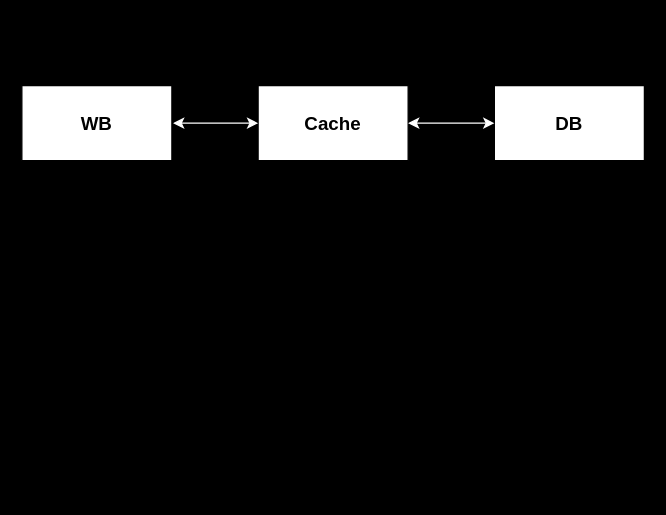
Earlier version of the draw.io diagram temp.drawio (easy-chu/Pebble). Source tidied: cells renumbered, new cells numbered last; positions are measured from the earlier drawing's top-left corner, leaving out a move shared by most shapes. Both pictures are drawn from the tidied source at 125%, with x=0, y=0 at pixel (21, 85).
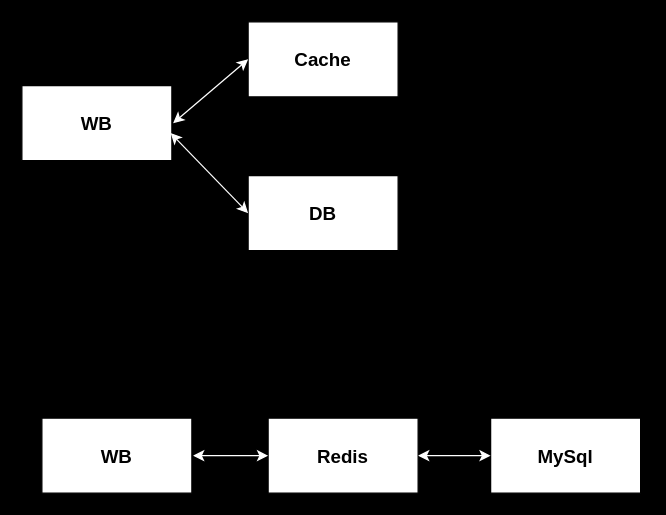
The same page after the edit.

What changed in the source:
```diff
@@
 <mxGraphModel background="#000000">
   <root>
     <mxCell id="0" />
     <mxCell id="1" parent="0" />
     <mxCell id="2" value="WB" style="whiteSpace=wrap;html=1;fontSize=15;fontStyle=1;" parent="1" vertex="1">
       <mxGeometry width="120" height="60" as="geometry" />
     </mxCell>
     <mxCell id="3" value="Cache" style="whiteSpace=wrap;html=1;fontSize=15;fontStyle=1;" parent="1" vertex="1">
-      <mxGeometry x="189" width="120" height="60" as="geometry" />
+      <mxGeometry x="181" y="-51" width="120" height="60" as="geometry" />
     </mxCell>
     <mxCell id="4" value="DB" style="whiteSpace=wrap;html=1;fontSize=15;fontStyle=1;" parent="1" vertex="1">
-      <mxGeometry x="378" width="120" height="60" as="geometry" />
+      <mxGeometry x="181" y="72" width="120" height="60" as="geometry" />
     </mxCell>
     <mxCell id="5" style="endArrow=classic;startArrow=classic;html=1;fontSize=15;entryX=0;entryY=0.5;entryDx=0;entryDy=0;exitX=1;exitY=0.5;exitDx=0;exitDy=0;" parent="1" edge="1" source="2" target="3">
       <mxGeometry relative="1" as="geometry" />
     </mxCell>
     <mxCell id="6" style="endArrow=classic;startArrow=classic;html=1;strokeColor=#FFFFFF;entryX=0;entryY=0.5;entryDx=0;entryDy=0;" parent="1" edge="1" target="3">
       <mxGeometry relative="1" as="geometry">
         <mxPoint x="121" y="30" as="sourcePoint" />
       </mxGeometry>
     </mxCell>
-    <mxCell id="7" style="endArrow=classic;startArrow=classic;html=1;strokeColor=#FFFFFF;entryX=0;entryY=0.5;entryDx=0;entryDy=0;exitX=1;exitY=0.5;exitDx=0;exitDy=0;" parent="1" edge="1" source="3" target="4">
+    <mxCell id="7" style="endArrow=classic;startArrow=classic;html=1;strokeColor=#FFFFFF;entryX=0;entryY=0.5;entryDx=0;entryDy=0;exitX=0.992;exitY=0.633;exitDx=0;exitDy=0;exitPerimeter=0;" parent="1" edge="1" source="2" target="4">
       <mxGeometry relative="1" as="geometry" />
     </mxCell>
+    <mxCell id="8" value="WB" style="whiteSpace=wrap;html=1;fontSize=15;fontStyle=1;" parent="1" vertex="1">
+      <mxGeometry x="16" y="266" width="120" height="60" as="geometry" />
+    </mxCell>
+    <mxCell id="9" value="Redis" style="whiteSpace=wrap;html=1;fontSize=15;fontStyle=1;" parent="1" vertex="1">
+      <mxGeometry x="197" y="266" width="120" height="60" as="geometry" />
+    </mxCell>
+    <mxCell id="10" value="MySql" style="whiteSpace=wrap;html=1;fontSize=15;fontStyle=1;" parent="1" vertex="1">
+      <mxGeometry x="375" y="266" width="120" height="60" as="geometry" />
+    </mxCell>
+    <mxCell id="11" style="endArrow=classic;startArrow=classic;html=1;fontSize=15;entryX=0;entryY=0.5;entryDx=0;entryDy=0;exitX=1;exitY=0.5;exitDx=0;exitDy=0;" parent="1" edge="1" source="8" target="9">
+      <mxGeometry relative="1" as="geometry" />
+    </mxCell>
+    <mxCell id="12" style="endArrow=classic;startArrow=classic;html=1;strokeColor=#FFFFFF;entryX=0;entryY=0.5;entryDx=0;entryDy=0;" parent="1" edge="1" target="9">
+      <mxGeometry relative="1" as="geometry">
+        <mxPoint x="137" y="296" as="sourcePoint" />
+      </mxGeometry>
+    </mxCell>
+    <mxCell id="13" style="endArrow=classic;startArrow=classic;html=1;strokeColor=#FFFFFF;entryX=0;entryY=0.5;entryDx=0;entryDy=0;exitX=1;exitY=0.5;exitDx=0;exitDy=0;" parent="1" edge="1" source="9" target="10">
+      <mxGeometry relative="1" as="geometry" />
+    </mxCell>
   </root>
 </mxGraphModel>
```
